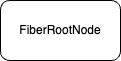
Earlier version of the draw.io export react.drawio.png (nangong1994/Drawings). Source tidied: cells renumbered, new cells last; positions are measured from the earlier drawing's top-left corner, leaving out a move shared by most shapes. Source of this version:
```xml
<mxGraphModel>
  <root>
    <mxCell id="0" />
    <mxCell id="1" parent="0" />
    <mxCell id="2" value="FiberRootNode" style="rounded=1;whiteSpace=wrap;html=1;" parent="1" vertex="1">
      <mxGeometry width="120" height="60" as="geometry" />
    </mxCell>
  </root>
</mxGraphModel>
```
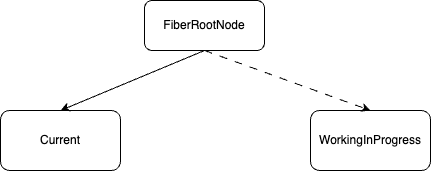
Above is the later version.

Change to the diagram source:
```diff
@@ -3,7 +3,19 @@
     <mxCell id="0" />
     <mxCell id="1" parent="0" />
     <mxCell id="2" value="FiberRootNode" style="rounded=1;whiteSpace=wrap;html=1;" parent="1" vertex="1">
-      <mxGeometry width="120" height="60" as="geometry" />
+      <mxGeometry width="120" height="50" as="geometry" />
     </mxCell>
+    <mxCell id="3" value="Current" style="rounded=1;whiteSpace=wrap;html=1;" parent="1" vertex="1">
+      <mxGeometry x="-144" y="110" width="120" height="60" as="geometry" />
+    </mxCell>
+    <mxCell id="4" value="WorkingInProgress" style="rounded=1;whiteSpace=wrap;html=1;" parent="1" vertex="1">
+      <mxGeometry x="166" y="110" width="120" height="60" as="geometry" />
+    </mxCell>
+    <mxCell id="5" style="endArrow=classic;html=1;rounded=0;exitX=0.5;exitY=1;exitDx=0;exitDy=0;entryX=0.5;entryY=0;entryDx=0;entryDy=0;" parent="1" edge="1" source="2" target="3">
+      <mxGeometry relative="1" as="geometry" />
+    </mxCell>
+    <mxCell id="6" style="endArrow=classic;html=1;rounded=0;exitX=0.5;exitY=1;exitDx=0;exitDy=0;entryX=0.5;entryY=0;entryDx=0;entryDy=0;dashed=1;dashPattern=8 8;" parent="1" edge="1" source="2" target="4">
+      <mxGeometry relative="1" as="geometry" />
+    </mxCell>
   </root>
 </mxGraphModel>
```
